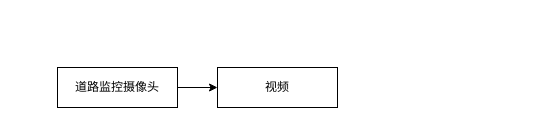
The draw.io diagram CS/PaperReading.drawio in umiskky/Diagrams, before the edit. Source tidied: cells renumbered, new cells numbered last; positions are measured from the earlier drawing's top-left corner, leaving out a move shared by most shapes. Both pictures are drawn from the tidied source at 100%, with x=0, y=0 at pixel (57, 67).
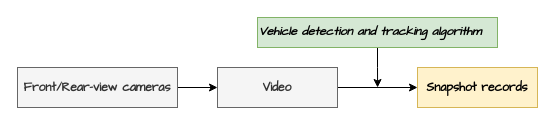
The same diagram, later.

Diff of the diagram source:
```diff
@@
 <mxGraphModel>
   <root>
     <mxCell id="0" />
     <mxCell id="1" parent="0" />
     <mxCell id="2" style="edgeStyle=orthogonalEdgeStyle;rounded=0;jettySize=auto;html=1;exitX=1;exitY=0.5;exitDx=0;exitDy=0;entryX=0;entryY=0.5;entryDx=0;entryDy=0;" parent="1" edge="1" source="3" target="4">
       <mxGeometry relative="1" as="geometry" />
     </mxCell>
-    <mxCell id="3" value="道路监控摄像头" style="rounded=0;whiteSpace=wrap;html=1;" parent="1" vertex="1">
-      <mxGeometry width="120" height="40" as="geometry" />
+    <mxCell id="3" value="&lt;div&gt;&lt;b&gt;&lt;font face=&quot;Comic Sans MS&quot;&gt;Front/R&lt;span&gt;ear-view&amp;nbsp;&lt;/span&gt;&lt;span&gt;cameras&lt;/span&gt;&lt;/font&gt;&lt;/b&gt;&lt;/div&gt;" style="rounded=0;whiteSpace=wrap;html=1;fillColor=#f5f5f5;fontColor=#333333;strokeColor=#666666;" parent="1" vertex="1">
+      <mxGeometry x="-40" width="160" height="40" as="geometry" />
     </mxCell>
+    <mxCell id="5" style="edgeStyle=orthogonalEdgeStyle;rounded=0;jettySize=auto;html=1;exitX=1;exitY=0.5;exitDx=0;exitDy=0;entryX=0;entryY=0.5;entryDx=0;entryDy=0;" parent="1" edge="1" source="4" target="6">
+      <mxGeometry relative="1" as="geometry" />
+    </mxCell>
-    <mxCell id="4" value="视频" style="rounded=0;whiteSpace=wrap;html=1;" parent="1" vertex="1">
+    <mxCell id="4" value="&lt;b&gt;&lt;font face=&quot;Comic Sans MS&quot;&gt;Video&lt;/font&gt;&lt;/b&gt;" style="rounded=0;whiteSpace=wrap;html=1;fillColor=#f5f5f5;fontColor=#333333;strokeColor=#666666;" parent="1" vertex="1">
       <mxGeometry x="160" width="120" height="40" as="geometry" />
     </mxCell>
+    <mxCell id="6" value="&lt;div&gt;&lt;b&gt;&lt;font face=&quot;Comic Sans MS&quot;&gt;Snapshot records&lt;/font&gt;&lt;/b&gt;&lt;/div&gt;" style="rounded=0;whiteSpace=wrap;html=1;fillColor=#fff2cc;strokeColor=#d6b656;" parent="1" vertex="1">
+      <mxGeometry x="360" width="120" height="40" as="geometry" />
+    </mxCell>
+    <mxCell id="7" style="edgeStyle=orthogonalEdgeStyle;rounded=0;jettySize=auto;html=1;exitX=0.5;exitY=1;exitDx=0;exitDy=0;fontFamily=Comic Sans MS;" parent="1" edge="1" source="8">
+      <mxGeometry relative="1" as="geometry">
+        <mxPoint x="320.1" y="20" as="targetPoint" />
+      </mxGeometry>
+    </mxCell>
+    <mxCell id="8" value="&lt;b&gt;&lt;i&gt;&lt;font face=&quot;Comic Sans MS&quot;&gt;Vehicle detection and tracking algorithm&lt;/font&gt;&lt;/i&gt;&lt;/b&gt;" style="text;whiteSpace=wrap;html=1;strokeColor=#82b366;fillColor=#d5e8d4;" parent="1" vertex="1">
+      <mxGeometry x="200" y="-50" width="240" height="30" as="geometry" />
+    </mxCell>
   </root>
 </mxGraphModel>
```
